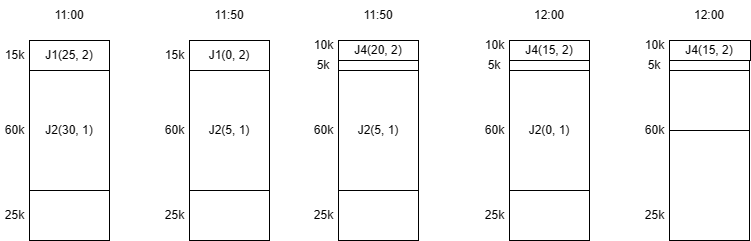
Before: diagrams/2.drawio.png, a diagram exported from draw.io (YuhangChan/Diagrams). Source tidied: cells renumbered, new cells last; positions are measured from the earlier drawing's top-left corner, leaving out a move shared by most shapes.
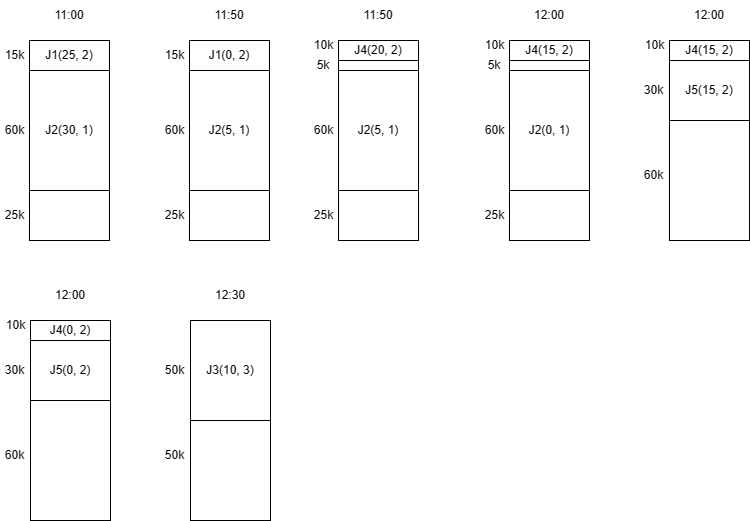
Above is the later version.

What changed in the source:
```diff
@@ -125,26 +125,23 @@
     <mxCell id="42" value="12:00" style="text;html=1;strokeColor=none;fillColor=none;align=center;verticalAlign=middle;whiteSpace=wrap;rounded=0;" parent="1" vertex="1">
       <mxGeometry x="679" width="60" height="30" as="geometry" />
     </mxCell>
-    <mxCell id="43" value="60k" style="text;html=1;strokeColor=none;fillColor=none;align=center;verticalAlign=middle;whiteSpace=wrap;rounded=0;" parent="1" vertex="1">
-      <mxGeometry x="640" y="115" width="29" height="30" as="geometry" />
+    <mxCell id="43" value="30k" style="text;html=1;strokeColor=none;fillColor=none;align=center;verticalAlign=middle;whiteSpace=wrap;rounded=0;" parent="1" vertex="1">
+      <mxGeometry x="639" y="75" width="29" height="30" as="geometry" />
     </mxCell>
-    <mxCell id="44" value="25k" style="text;html=1;strokeColor=none;fillColor=none;align=center;verticalAlign=middle;whiteSpace=wrap;rounded=0;" parent="1" vertex="1">
-      <mxGeometry x="640" y="200" width="29" height="30" as="geometry" />
+    <mxCell id="44" value="60k" style="text;html=1;strokeColor=none;fillColor=none;align=center;verticalAlign=middle;whiteSpace=wrap;rounded=0;" parent="1" vertex="1">
+      <mxGeometry x="639" y="160" width="29" height="30" as="geometry" />
     </mxCell>
     <mxCell id="45" style="rounded=0;whiteSpace=wrap;html=1;" parent="1" vertex="1">
-      <mxGeometry x="669" y="40" width="81" height="20" as="geometry" />
+      <mxGeometry x="669" y="40" width="80" height="20" as="geometry" />
     </mxCell>
     <mxCell id="46" value="10k" style="text;html=1;strokeColor=none;fillColor=none;align=center;verticalAlign=middle;whiteSpace=wrap;rounded=0;" parent="1" vertex="1">
       <mxGeometry x="640" y="30" width="29" height="30" as="geometry" />
     </mxCell>
-    <mxCell id="47" value="5k" style="text;html=1;strokeColor=none;fillColor=none;align=center;verticalAlign=middle;whiteSpace=wrap;rounded=0;" parent="1" vertex="1">
-      <mxGeometry x="639" y="50" width="30" height="30" as="geometry" />
-    </mxCell>
     <mxCell id="48" value="J4(15, 2)" style="text;html=1;strokeColor=none;fillColor=none;align=center;verticalAlign=middle;whiteSpace=wrap;rounded=0;" parent="1" vertex="1">
       <mxGeometry x="679" y="42.5" width="60" height="15" as="geometry" />
     </mxCell>
     <mxCell id="49" style="rounded=0;whiteSpace=wrap;html=1;" parent="1" vertex="1">
-      <mxGeometry x="669" y="70" width="80" height="60" as="geometry" />
+      <mxGeometry x="669" y="60" width="80" height="60" as="geometry" />
     </mxCell>
     <mxCell id="50" style="rounded=0;whiteSpace=wrap;html=1;" parent="1" vertex="1">
       <mxGeometry x="338" y="40" width="80" height="20" as="geometry" />
@@ -152,5 +149,56 @@
     <mxCell id="51" value="J4(20, 2)" style="text;html=1;strokeColor=none;fillColor=none;align=center;verticalAlign=middle;whiteSpace=wrap;rounded=0;" parent="1" vertex="1">
       <mxGeometry x="348" y="42.5" width="60" height="15" as="geometry" />
     </mxCell>
+    <mxCell id="52" value="J5(15, 2)" style="text;html=1;strokeColor=none;fillColor=none;align=center;verticalAlign=middle;whiteSpace=wrap;rounded=0;" parent="1" vertex="1">
+      <mxGeometry x="679" y="75" width="60" height="30" as="geometry" />
+    </mxCell>
+    <mxCell id="53" style="rounded=0;whiteSpace=wrap;html=1;" parent="1" vertex="1">
+      <mxGeometry x="30" y="320" width="80" height="200" as="geometry" />
+    </mxCell>
+    <mxCell id="54" style="rounded=0;whiteSpace=wrap;html=1;" parent="1" vertex="1">
+      <mxGeometry x="30" y="320" width="80" height="30" as="geometry" />
+    </mxCell>
+    <mxCell id="55" value="12:00" style="text;html=1;strokeColor=none;fillColor=none;align=center;verticalAlign=middle;whiteSpace=wrap;rounded=0;" parent="1" vertex="1">
+      <mxGeometry x="40" y="280" width="60" height="30" as="geometry" />
+    </mxCell>
+    <mxCell id="56" value="30k" style="text;html=1;strokeColor=none;fillColor=none;align=center;verticalAlign=middle;whiteSpace=wrap;rounded=0;" parent="1" vertex="1">
+      <mxGeometry y="355" width="29" height="30" as="geometry" />
+    </mxCell>
+    <mxCell id="57" value="60k" style="text;html=1;strokeColor=none;fillColor=none;align=center;verticalAlign=middle;whiteSpace=wrap;rounded=0;" parent="1" vertex="1">
+      <mxGeometry y="440" width="29" height="30" as="geometry" />
+    </mxCell>
+    <mxCell id="58" style="rounded=0;whiteSpace=wrap;html=1;" parent="1" vertex="1">
+      <mxGeometry x="30" y="320" width="80" height="20" as="geometry" />
+    </mxCell>
+    <mxCell id="59" value="10k" style="text;html=1;strokeColor=none;fillColor=none;align=center;verticalAlign=middle;whiteSpace=wrap;rounded=0;" parent="1" vertex="1">
+      <mxGeometry x="1" y="310" width="29" height="30" as="geometry" />
+    </mxCell>
+    <mxCell id="60" value="J4(0, 2)" style="text;html=1;strokeColor=none;fillColor=none;align=center;verticalAlign=middle;whiteSpace=wrap;rounded=0;" parent="1" vertex="1">
+      <mxGeometry x="40" y="322.5" width="60" height="15" as="geometry" />
+    </mxCell>
+    <mxCell id="61" style="rounded=0;whiteSpace=wrap;html=1;" parent="1" vertex="1">
+      <mxGeometry x="30" y="340" width="80" height="60" as="geometry" />
+    </mxCell>
+    <mxCell id="62" value="J5(0, 2)" style="text;html=1;strokeColor=none;fillColor=none;align=center;verticalAlign=middle;whiteSpace=wrap;rounded=0;" parent="1" vertex="1">
+      <mxGeometry x="40" y="355" width="60" height="30" as="geometry" />
+    </mxCell>
+    <mxCell id="63" style="rounded=0;whiteSpace=wrap;html=1;" parent="1" vertex="1">
+      <mxGeometry x="190" y="320" width="80" height="200" as="geometry" />
+    </mxCell>
+    <mxCell id="64" value="12:30" style="text;html=1;strokeColor=none;fillColor=none;align=center;verticalAlign=middle;whiteSpace=wrap;rounded=0;" parent="1" vertex="1">
+      <mxGeometry x="200" y="280" width="60" height="30" as="geometry" />
+    </mxCell>
+    <mxCell id="65" value="50k" style="text;html=1;strokeColor=none;fillColor=none;align=center;verticalAlign=middle;whiteSpace=wrap;rounded=0;" parent="1" vertex="1">
+      <mxGeometry x="160" y="355" width="29" height="30" as="geometry" />
+    </mxCell>
+    <mxCell id="66" value="50k" style="text;html=1;strokeColor=none;fillColor=none;align=center;verticalAlign=middle;whiteSpace=wrap;rounded=0;" parent="1" vertex="1">
+      <mxGeometry x="160" y="440" width="29" height="30" as="geometry" />
+    </mxCell>
+    <mxCell id="67" style="rounded=0;whiteSpace=wrap;html=1;" parent="1" vertex="1">
+      <mxGeometry x="190" y="320" width="80" height="100" as="geometry" />
+    </mxCell>
+    <mxCell id="68" value="J3(10, 3)" style="text;html=1;strokeColor=none;fillColor=none;align=center;verticalAlign=middle;whiteSpace=wrap;rounded=0;" parent="1" vertex="1">
+      <mxGeometry x="200" y="362.5" width="60" height="15" as="geometry" />
+    </mxCell>
   </root>
 </mxGraphModel>
```
